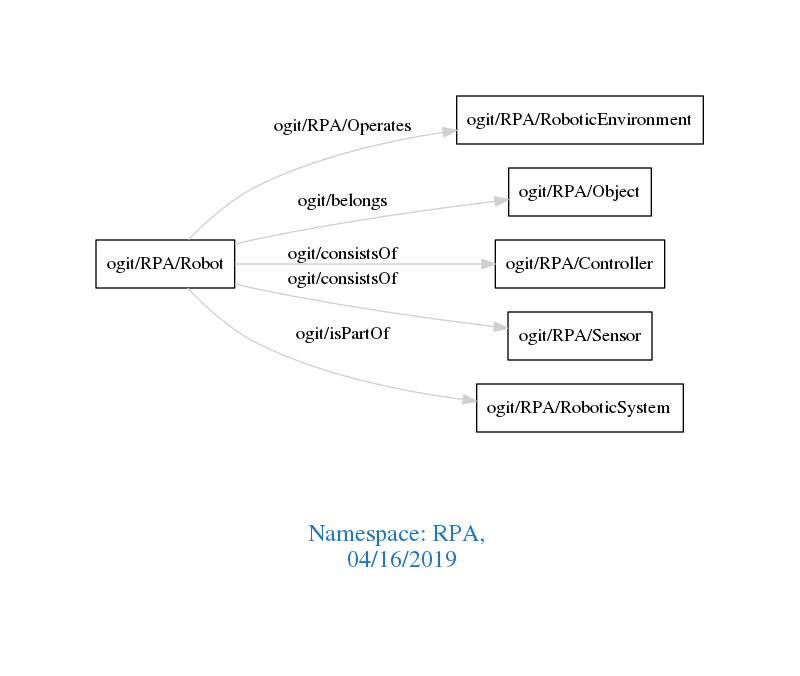
arago/OGIT keeps this Graphviz diagram as downloads/RPA.png. Above is the earlier version. Its source is kept beside it as downloads/RPA.dot.
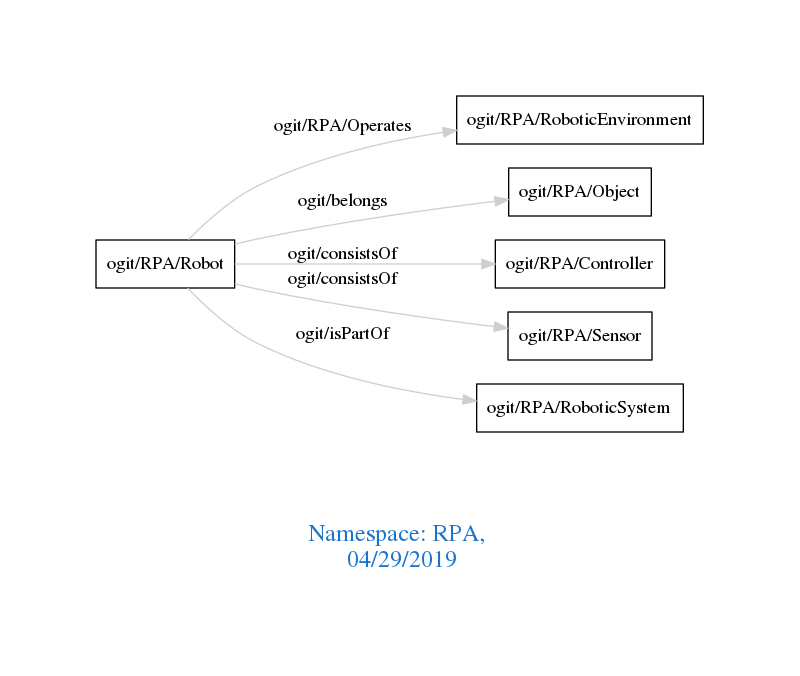
The same file after the commit.

Diff of the diagram source:
```diff
@@ -1,7 +1,7 @@
 digraph OGIT_ontology {
  graph [ rankdir= LR,pad=1
 fontsize = 18,
-fontcolor= dodgerblue3,label = "\n\n\nNamespace: RPA, \n 04/16/2019"];
+fontcolor= dodgerblue3,label = "\n\n\nNamespace: RPA, \n 04/29/2019"];
 node[shape=polygon];
 edge [  color="gray81"];
 
```
